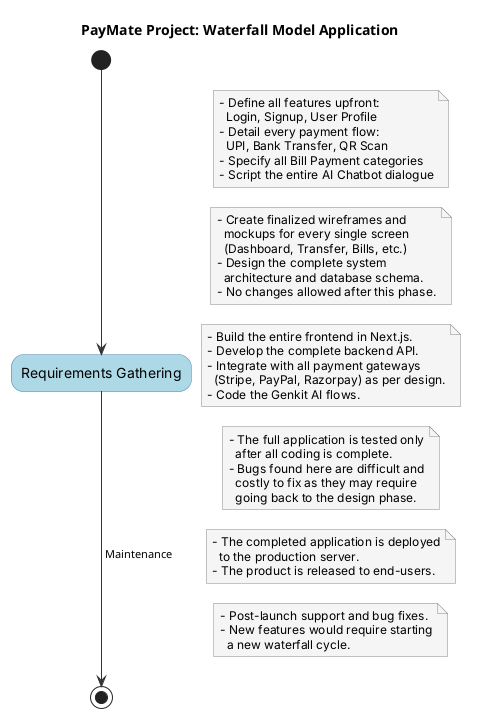
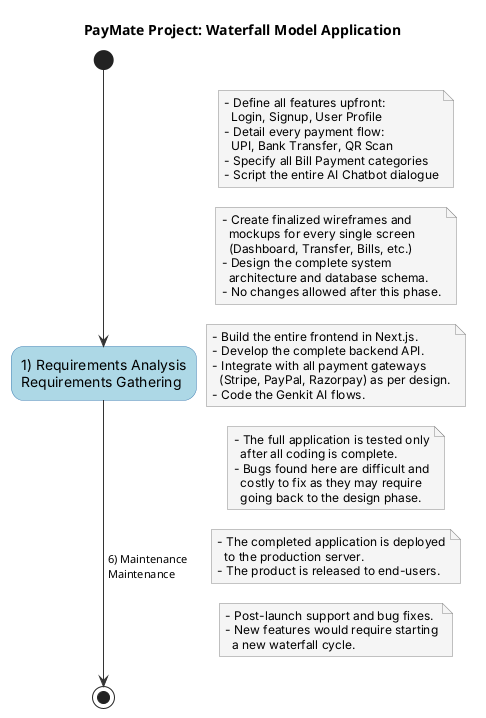
@startuml
title PayMate Project: Waterfall Model Application

skinparam activity {
    BackgroundColor #ADD8E6
    BorderColor #4682B4
    ArrowColor #333
    FontName Inter
    FontSize 14
}
skinparam note {
    BackgroundColor #F5F5F5
    BorderColor #888
    FontName Inter
    FontSize 12
}

start

- :Requirements Gathering;
+ :1) Requirements Analysis\nRequirements Gathering;
note right
    - Define all features upfront:
      Login, Signup, User Profile
    - Detail every payment flow:
      UPI, Bank Transfer, QR Scan
    - Specify all Bill Payment categories
    - Script the entire AI Chatbot dialogue
end note

- -> System & UI Design;
+ -> 2) System Design\nSystem & UI Design;
note right
    - Create finalized wireframes and
      mockups for every single screen
      (Dashboard, Transfer, Bills, etc.)
    - Design the complete system
      architecture and database schema.
    - No changes allowed after this phase.
end note

- -> Implementation (Coding);
+ -> 3) Implementation\nImplementation (Coding);
note right
    - Build the entire frontend in Next.js.
    - Develop the complete backend API.
    - Integrate with all payment gateways
      (Stripe, PayPal, Razorpay) as per design.
    - Code the Genkit AI flows.
end note

- -> Testing & QA;
+ -> 4) Testing\nTesting & QA;
note right
    - The full application is tested only
      after all coding is complete.
    - Bugs found here are difficult and
      costly to fix as they may require
      going back to the design phase.
end note

- -> Deployment & Release;
+ -> 5) Deployment\nDeployment & Release;
note right
    - The completed application is deployed
      to the production server.
    - The product is released to end-users.
end note

- -> Maintenance;
+ -> 6) Maintenance\nMaintenance;
note right
    - Post-launch support and bug fixes.
    - New features would require starting
      a new waterfall cycle.
end note

stop
@enduml
